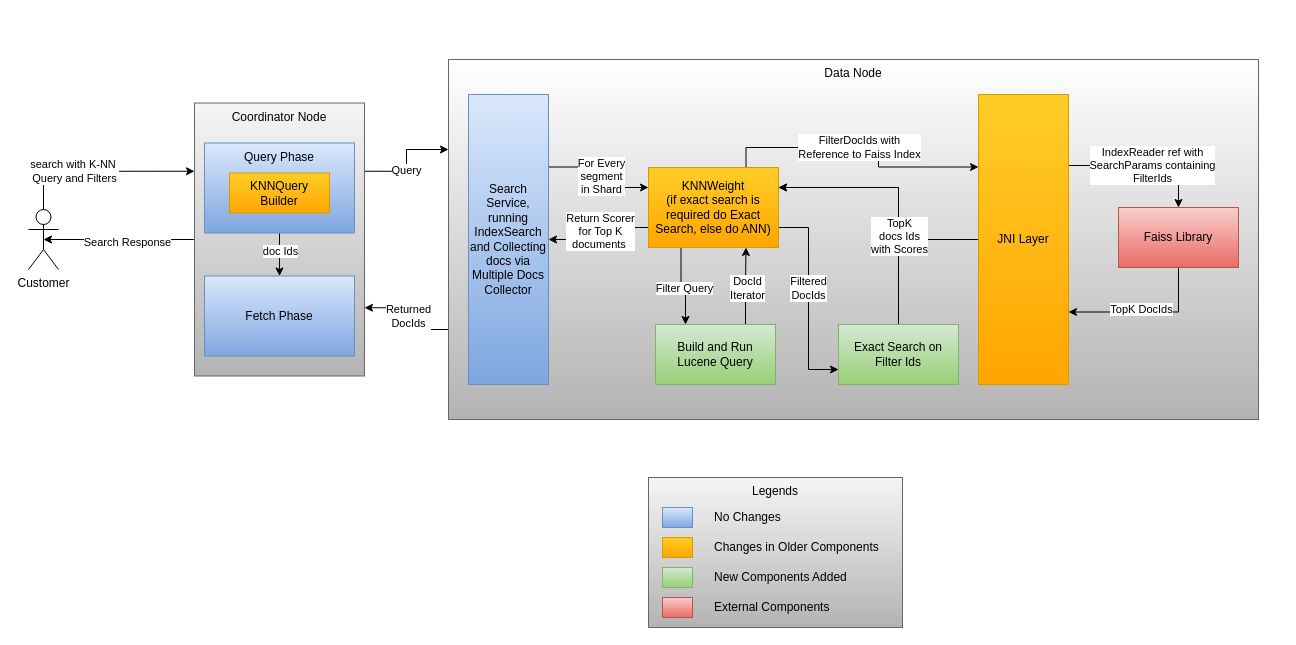
Above: page "HLD for Efficient Filtering" (1 of 2) of OpenSearch/FaissEfficientFiltering.drawio in navneet1v/FlowDiagram (draw.io), before the change. Source tidied: cells renumbered, new cells numbered last; positions are measured from the earlier drawing's top-left corner, leaving out a move shared by most shapes. Both pictures are drawn from the tidied source at 100%, with x=0, y=0 at pixel (28, 59).
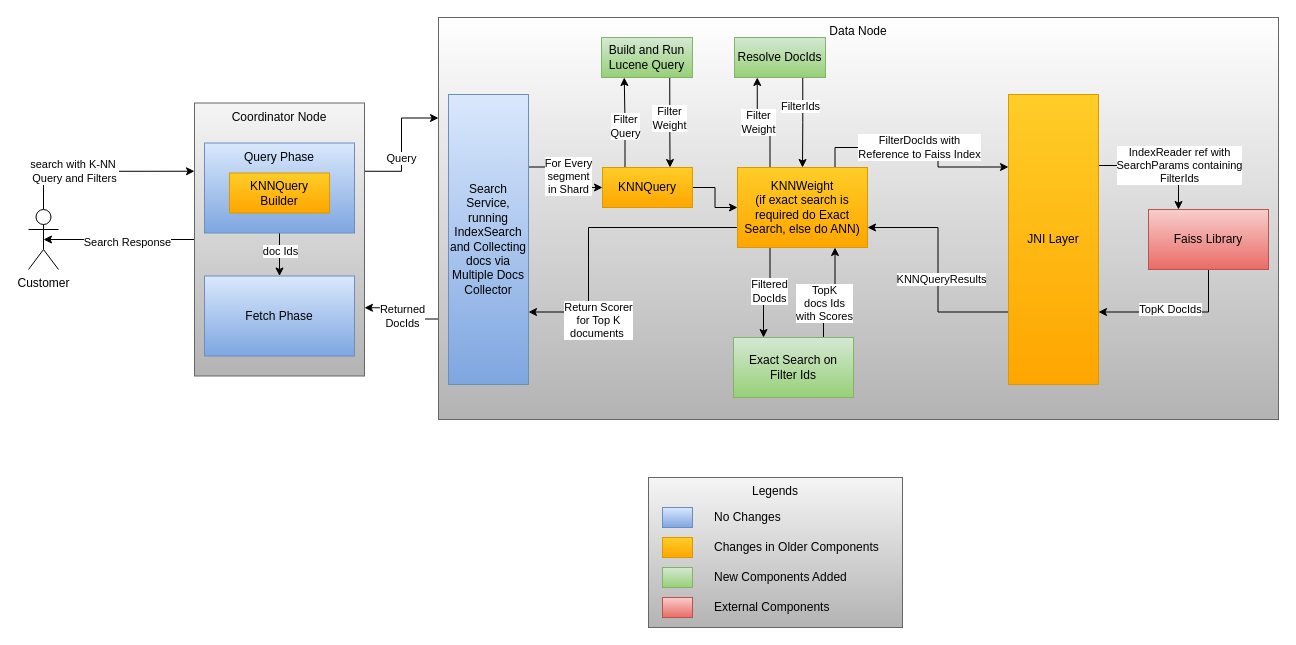
Above is the later version.

Change to the diagram source:
```diff
@@
     <mxCell id="9" value="Data Node" style="rounded=0;whiteSpace=wrap;html=1;verticalAlign=top;fillColor=default;gradientColor=#b3b3b3;strokeColor=#666666;" parent="1" vertex="1">
-      <mxGeometry x="420" width="810" height="360" as="geometry" />
+      <mxGeometry x="410" y="-42" width="840" height="402" as="geometry" />
     </mxCell>
@@
     <mxCell id="12" value="Faiss Library" style="rounded=0;whiteSpace=wrap;html=1;fillColor=#f8cecc;gradientColor=#ea6b66;strokeColor=#b85450;" parent="1" vertex="1">
-      <mxGeometry x="1090" y="148" width="120" height="60" as="geometry" />
+      <mxGeometry x="1120" y="150" width="120" height="60" as="geometry" />
     </mxCell>
-    <mxCell id="13" style="edgeStyle=orthogonalEdgeStyle;rounded=0;jettySize=auto;html=1;exitX=0.75;exitY=0;exitDx=0;exitDy=0;entryX=0.75;entryY=1;entryDx=0;entryDy=0;" parent="1" edge="1" source="15" target="28">
-      <mxGeometry relative="1" as="geometry" />
-    </mxCell>
-    <mxCell id="14" value="DocId&lt;br&gt;Iterator" style="edgeLabel;html=1;align=center;verticalAlign=middle;" parent="13" vertex="1">
-      <mxGeometry x="0.32" y="-1" relative="1" as="geometry">
-        <mxPoint y="14" as="offset" />
-      </mxGeometry>
-    </mxCell>
+    <mxCell id="52" style="edgeStyle=orthogonalEdgeStyle;rounded=0;jettySize=auto;html=1;exitX=0.75;exitY=1;exitDx=0;exitDy=0;entryX=0.75;entryY=0;entryDx=0;entryDy=0;" parent="1" edge="1" source="15" target="59">
+      <mxGeometry relative="1" as="geometry" />
+    </mxCell>
+    <mxCell id="53" value="Filter &lt;br&gt;Weight" style="edgeLabel;html=1;align=center;verticalAlign=middle;" parent="52" vertex="1">
+      <mxGeometry x="-0.12" y="-1" relative="1" as="geometry" />
+    </mxCell>
     <mxCell id="15" value="Build and Run Lucene Query" style="rounded=0;whiteSpace=wrap;html=1;fillColor=#d5e8d4;gradientColor=#97d077;strokeColor=#82b366;" parent="1" vertex="1">
-      <mxGeometry x="627" y="265" width="120" height="60" as="geometry" />
+      <mxGeometry x="573" y="-22" width="91" height="40" as="geometry" />
     </mxCell>
-    <mxCell id="16" style="edgeStyle=orthogonalEdgeStyle;rounded=0;jettySize=auto;html=1;exitX=1;exitY=0.25;exitDx=0;exitDy=0;entryX=0.5;entryY=0;entryDx=0;entryDy=0;" parent="1" edge="1" source="19" target="12">
+    <mxCell id="16" style="edgeStyle=orthogonalEdgeStyle;rounded=0;jettySize=auto;html=1;exitX=1;exitY=0.25;exitDx=0;exitDy=0;" parent="1" edge="1" source="19">
       <mxGeometry relative="1" as="geometry">
+        <mxPoint x="1150" y="150" as="targetPoint" />
         <Array as="points">
           <mxPoint x="1150" y="106" />
         </Array>
       </mxGeometry>
     </mxCell>
     <mxCell id="17" value="IndexReader ref with&lt;br&gt;SearchParams containing&lt;br&gt;FilterIds" style="edgeLabel;html=1;align=center;verticalAlign=middle;" parent="16" vertex="1">
       <mxGeometry x="0.09" y="1" relative="1" as="geometry">
-        <mxPoint x="1" as="offset" />
+        <mxPoint x="14" as="offset" />
       </mxGeometry>
     </mxCell>
-    <mxCell id="18" style="edgeStyle=orthogonalEdgeStyle;rounded=0;jettySize=auto;html=1;exitX=0;exitY=0.5;exitDx=0;exitDy=0;entryX=1;entryY=0.25;entryDx=0;entryDy=0;" parent="1" edge="1" source="19" target="28">
-      <mxGeometry relative="1" as="geometry">
-        <Array as="points">
-          <mxPoint x="870" y="180" />
-          <mxPoint x="870" y="128" />
-        </Array>
-      </mxGeometry>
+    <mxCell id="18" style="edgeStyle=orthogonalEdgeStyle;rounded=0;jettySize=auto;html=1;exitX=0;exitY=0.75;exitDx=0;exitDy=0;entryX=1;entryY=0.75;entryDx=0;entryDy=0;" parent="1" edge="1" source="19" target="28">
+      <mxGeometry relative="1" as="geometry" />
     </mxCell>
+    <mxCell id="54" value="KNNQueryResults" style="edgeLabel;html=1;align=center;verticalAlign=middle;" parent="18" vertex="1">
+      <mxGeometry x="-0.08" y="-2" relative="1" as="geometry">
+        <mxPoint x="1" as="offset" />
+      </mxGeometry>
+    </mxCell>
     <mxCell id="19" value="JNI Layer" style="rounded=0;whiteSpace=wrap;html=1;fillColor=#ffcd28;gradientColor=#ffa500;strokeColor=#d79b00;" parent="1" vertex="1">
-      <mxGeometry x="950" y="35" width="90" height="290" as="geometry" />
+      <mxGeometry x="980" y="35" width="90" height="290" as="geometry" />
     </mxCell>
-    <mxCell id="20" style="edgeStyle=orthogonalEdgeStyle;rounded=0;jettySize=auto;html=1;exitX=0.25;exitY=1;exitDx=0;exitDy=0;entryX=0.25;entryY=0;entryDx=0;entryDy=0;" parent="1" edge="1" source="28" target="15">
-      <mxGeometry relative="1" as="geometry" />
-    </mxCell>
-    <mxCell id="21" value="Filter Query" style="edgeLabel;html=1;align=center;verticalAlign=middle;" parent="20" vertex="1">
-      <mxGeometry x="0.01" y="-2" relative="1" as="geometry" />
-    </mxCell>
-    <mxCell id="22" style="edgeStyle=orthogonalEdgeStyle;rounded=0;jettySize=auto;html=1;exitX=1;exitY=0.75;exitDx=0;exitDy=0;entryX=0;entryY=0.75;entryDx=0;entryDy=0;" parent="1" edge="1" source="28" target="31">
+    <mxCell id="22" style="edgeStyle=orthogonalEdgeStyle;rounded=0;jettySize=auto;html=1;exitX=0.25;exitY=1;exitDx=0;exitDy=0;entryX=0.25;entryY=0;entryDx=0;entryDy=0;" parent="1" edge="1" source="28" target="31">
       <mxGeometry relative="1" as="geometry" />
     </mxCell>
@@
-    <mxCell id="26" style="edgeStyle=orthogonalEdgeStyle;rounded=0;jettySize=auto;html=1;exitX=0;exitY=0.75;exitDx=0;exitDy=0;" parent="1" edge="1" source="28" target="42">
-      <mxGeometry relative="1" as="geometry" />
+    <mxCell id="26" style="edgeStyle=orthogonalEdgeStyle;rounded=0;jettySize=auto;html=1;exitX=0;exitY=0.75;exitDx=0;exitDy=0;entryX=1;entryY=0.75;entryDx=0;entryDy=0;" parent="1" edge="1" source="28" target="42">
+      <mxGeometry relative="1" as="geometry">
+        <Array as="points">
+          <mxPoint x="560" y="168" />
+          <mxPoint x="560" y="253" />
+        </Array>
+      </mxGeometry>
     </mxCell>
     <mxCell id="27" value="Return Scorer &lt;br&gt;for Top K &lt;br&gt;documents&amp;nbsp;" style="edgeLabel;html=1;align=center;verticalAlign=middle;" parent="26" vertex="1">
-      <mxGeometry x="-0.05" y="1" relative="1" as="geometry" />
+      <mxGeometry x="-0.05" y="1" relative="1" as="geometry">
+        <mxPoint x="-1" y="91" as="offset" />
+      </mxGeometry>
     </mxCell>
+    <mxCell id="55" style="edgeStyle=orthogonalEdgeStyle;rounded=0;jettySize=auto;html=1;exitX=0.25;exitY=0;exitDx=0;exitDy=0;entryX=0.25;entryY=1;entryDx=0;entryDy=0;" parent="1" edge="1" source="28" target="62">
+      <mxGeometry relative="1" as="geometry" />
+    </mxCell>
+    <mxCell id="56" value="Filter&lt;br&gt;Weight" style="edgeLabel;html=1;align=center;verticalAlign=middle;" parent="55" vertex="1">
+      <mxGeometry x="0.13" y="-1" relative="1" as="geometry" />
+    </mxCell>
     <mxCell id="28" value="KNNWeight&lt;br&gt;(if exact search is required do Exact Search, else do ANN)" style="rounded=0;whiteSpace=wrap;html=1;fillColor=#ffcd28;gradientColor=#ffa500;strokeColor=#d79b00;" parent="1" vertex="1">
-      <mxGeometry x="620" y="108" width="130" height="80" as="geometry" />
+      <mxGeometry x="709" y="108" width="130" height="80" as="geometry" />
     </mxCell>
-    <mxCell id="29" style="edgeStyle=orthogonalEdgeStyle;rounded=0;jettySize=auto;html=1;exitX=0.5;exitY=0;exitDx=0;exitDy=0;entryX=1;entryY=0.25;entryDx=0;entryDy=0;" parent="1" edge="1" source="31" target="28">
+    <mxCell id="29" style="edgeStyle=orthogonalEdgeStyle;rounded=0;jettySize=auto;html=1;exitX=0.75;exitY=0;exitDx=0;exitDy=0;entryX=0.75;entryY=1;entryDx=0;entryDy=0;" parent="1" edge="1" source="31" target="28">
       <mxGeometry relative="1" as="geometry" />
     </mxCell>
@@
     <mxCell id="31" value="Exact Search on Filter Ids" style="rounded=0;whiteSpace=wrap;html=1;fillColor=#d5e8d4;gradientColor=#97d077;strokeColor=#82b366;" parent="1" vertex="1">
-      <mxGeometry x="810" y="265" width="120" height="60" as="geometry" />
+      <mxGeometry x="705" y="278" width="120" height="60" as="geometry" />
     </mxCell>
@@
-    <mxCell id="40" style="edgeStyle=orthogonalEdgeStyle;rounded=0;jettySize=auto;html=1;exitX=1;exitY=0.25;exitDx=0;exitDy=0;entryX=0;entryY=0.25;entryDx=0;entryDy=0;" parent="1" edge="1" source="42" target="28">
+    <mxCell id="40" style="edgeStyle=orthogonalEdgeStyle;rounded=0;jettySize=auto;html=1;exitX=1;exitY=0.25;exitDx=0;exitDy=0;entryX=0;entryY=0.5;entryDx=0;entryDy=0;" parent="1" edge="1" source="42" target="59">
       <mxGeometry relative="1" as="geometry" />
     </mxCell>
@@
     <mxCell id="42" value="Search Service, running IndexSearch and Collecting docs via Multiple Docs Collector" style="rounded=0;whiteSpace=wrap;html=1;fillColor=#dae8fc;gradientColor=#7ea6e0;strokeColor=#6c8ebf;" parent="1" vertex="1">
-      <mxGeometry x="440" y="35" width="80" height="290" as="geometry" />
+      <mxGeometry x="420" y="35" width="80" height="290" as="geometry" />
     </mxCell>
@@
+    <mxCell id="57" style="edgeStyle=orthogonalEdgeStyle;rounded=0;jettySize=auto;html=1;exitX=1;exitY=0.5;exitDx=0;exitDy=0;entryX=0;entryY=0.5;entryDx=0;entryDy=0;" parent="1" edge="1" source="59" target="28">
+      <mxGeometry relative="1" as="geometry" />
+    </mxCell>
+    <mxCell id="58" style="edgeStyle=orthogonalEdgeStyle;rounded=0;jettySize=auto;html=1;exitX=0.25;exitY=0;exitDx=0;exitDy=0;entryX=0.25;entryY=1;entryDx=0;entryDy=0;" parent="1" edge="1" source="59" target="15">
+      <mxGeometry relative="1" as="geometry" />
+    </mxCell>
+    <mxCell id="21" value="Filter&lt;br&gt;Query" style="edgeLabel;html=1;align=center;verticalAlign=middle;" parent="58" vertex="1">
+      <mxGeometry x="-0.08" relative="1" as="geometry" />
+    </mxCell>
+    <mxCell id="59" value="KNNQuery" style="rounded=0;whiteSpace=wrap;html=1;fillColor=#ffcd28;gradientColor=#ffa500;strokeColor=#d79b00;" parent="1" vertex="1">
+      <mxGeometry x="574" y="108" width="90" height="40" as="geometry" />
+    </mxCell>
+    <mxCell id="60" style="edgeStyle=orthogonalEdgeStyle;rounded=0;jettySize=auto;html=1;exitX=0.75;exitY=1;exitDx=0;exitDy=0;" parent="1" edge="1" source="62" target="28">
+      <mxGeometry relative="1" as="geometry" />
+    </mxCell>
+    <mxCell id="61" value="FilterIds" style="edgeLabel;html=1;align=center;verticalAlign=middle;" parent="60" vertex="1">
+      <mxGeometry x="-0.39" y="-3" relative="1" as="geometry" />
+    </mxCell>
+    <mxCell id="62" value="Resolve DocIds" style="rounded=0;whiteSpace=wrap;html=1;fillColor=#d5e8d4;gradientColor=#97d077;strokeColor=#82b366;" parent="1" vertex="1">
+      <mxGeometry x="706" y="-22" width="91" height="40" as="geometry" />
+    </mxCell>
```
